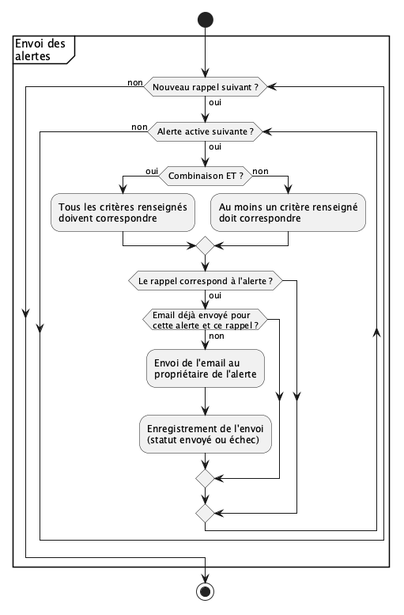
lodygens/cadi keeps this PlantUML diagram as doc/umldiagrams/workflows/alerteenvoi.png. Above is the earlier version. Its diagram source:
```plantuml
@startuml
start
partition "Envoi des \nalertes" {
while (Nouveau rappel suivant ?) is (oui)
    while (Alerte active suivante ?) is (oui)
        if (Combinaison ET ?) then (oui)
            :Tous les critères renseignés
            doivent correspondre;
        else (non)
            :Au moins un critère renseigné
            doit correspondre;
        endif
        if (Le rappel correspond à l'alerte ?) then (oui)
            if (Email déjà envoyé pour\ncette alerte et ce rappel ?) then (non)
                :Envoi de l'email au
                propriétaire de l'alerte;
                :Enregistrement de l'envoi
                (statut envoyé ou échec);
            endif
        endif
    endwhile (non)
endwhile (non)
}
stop
@enduml
```
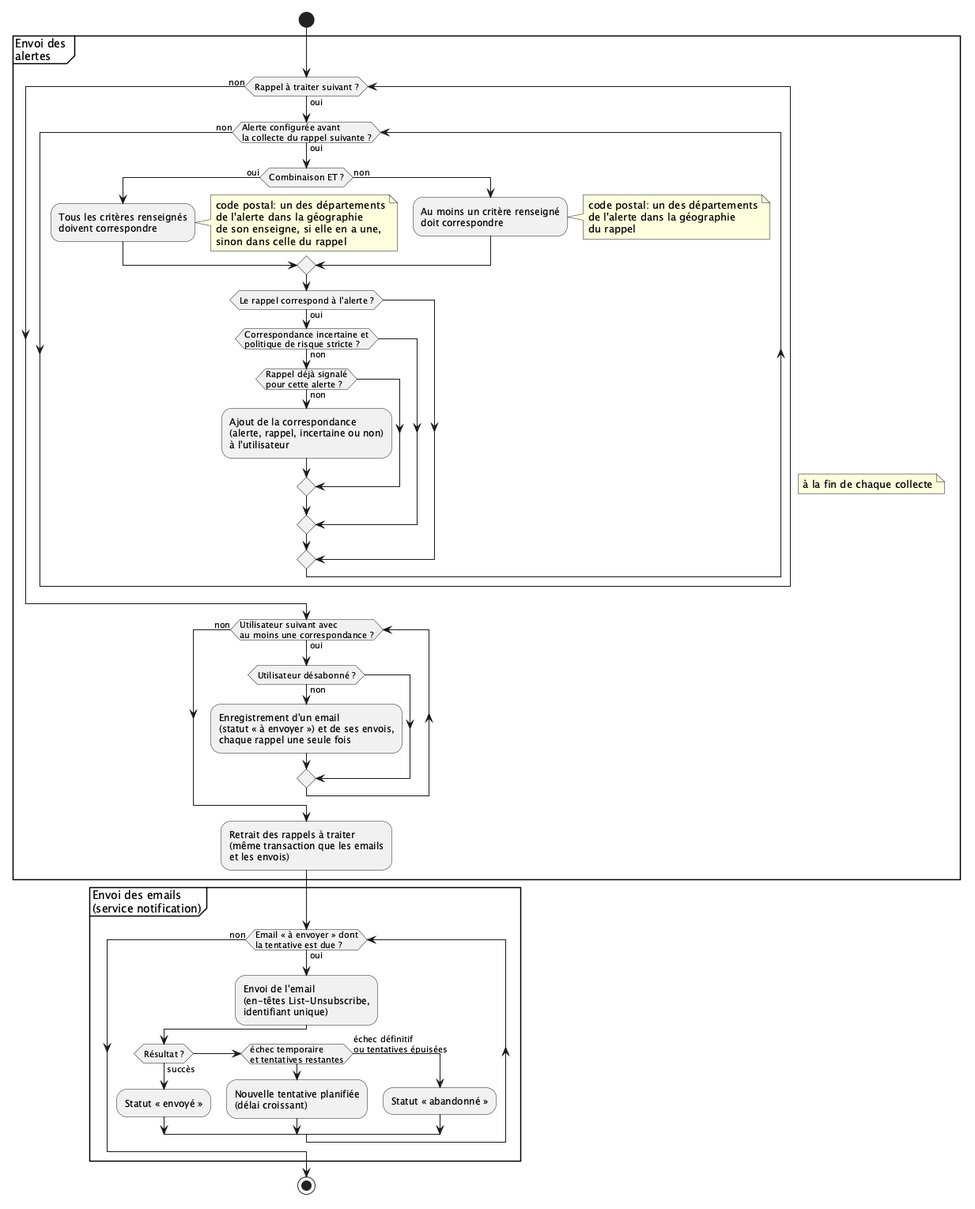
Above is the later version.

What changed in the source:
```diff
@@ -1,25 +1,65 @@
 @startuml
 start
 partition "Envoi des \nalertes" {
-while (Nouveau rappel suivant ?) is (oui)
-    while (Alerte active suivante ?) is (oui)
+note right
+  à la fin de chaque collecte
+end note
+while (Rappel à traiter suivant ?) is (oui)
+    while (Alerte configurée avant\nla collecte du rappel suivante ?) is (oui)
         if (Combinaison ET ?) then (oui)
             :Tous les critères renseignés
             doivent correspondre;
+            note right
+              code postal: un des départements
+              de l'alerte dans la géographie
+              de son enseigne, si elle en a une,
+              sinon dans celle du rappel
+            end note
         else (non)
             :Au moins un critère renseigné
             doit correspondre;
+            note right
+              code postal: un des départements
+              de l'alerte dans la géographie
+              du rappel
+            end note
         endif
         if (Le rappel correspond à l'alerte ?) then (oui)
-            if (Email déjà envoyé pour\ncette alerte et ce rappel ?) then (non)
-                :Envoi de l'email au
-                propriétaire de l'alerte;
-                :Enregistrement de l'envoi
-                (statut envoyé ou échec);
+            if (Correspondance incertaine et\npolitique de risque stricte ?) then (non)
+                if (Rappel déjà signalé\npour cette alerte ?) then (non)
+                    :Ajout de la correspondance
+                    (alerte, rappel, incertaine ou non)
+                    à l'utilisateur;
+                endif
             endif
         endif
     endwhile (non)
 endwhile (non)
+while (Utilisateur suivant avec\nau moins une correspondance ?) is (oui)
+    if (Utilisateur désabonné ?) then (non)
+        :Enregistrement d'un email
+        (statut « à envoyer ») et de ses envois,
+        chaque rappel une seule fois;
+    endif
+endwhile (non)
+:Retrait des rappels à traiter
+(même transaction que les emails
+et les envois);
+}
+partition "Envoi des emails\n(service notification)" {
+while (Email « à envoyer » dont\nla tentative est due ?) is (oui)
+    :Envoi de l'email
+    (en-têtes List-Unsubscribe,
+    identifiant unique);
+    if (Résultat ?) then (succès)
+        :Statut « envoyé »;
+    elseif (échec temporaire\net tentatives restantes) then
+        :Nouvelle tentative planifiée
+        (délai croissant);
+    else (échec définitif\nou tentatives épuisées)
+        :Statut « abandonné »;
+    endif
+endwhile (non)
 }
 stop
 @enduml
```
